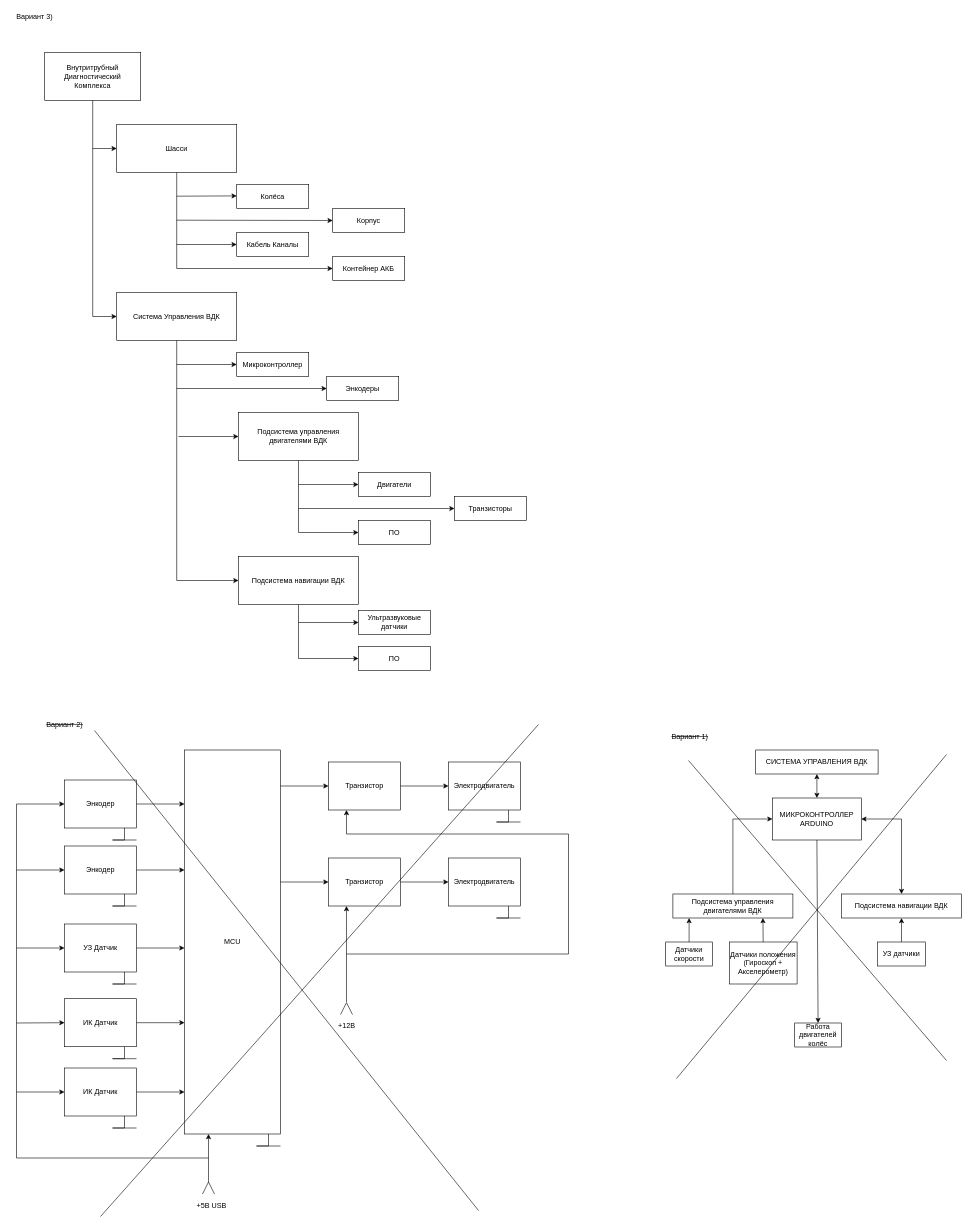
Earlier version of the draw.io diagram Наработки/Структурная Схема.drawio (AlexRussellGit/VKR---Russell-Alexander). Source tidied: cells renumbered, new cells numbered last; positions are measured from the earlier drawing's top-left corner, leaving out a move shared by most shapes. Both pictures are drawn from the tidied source at 60%, with x=0, y=0 at pixel (10, 10).
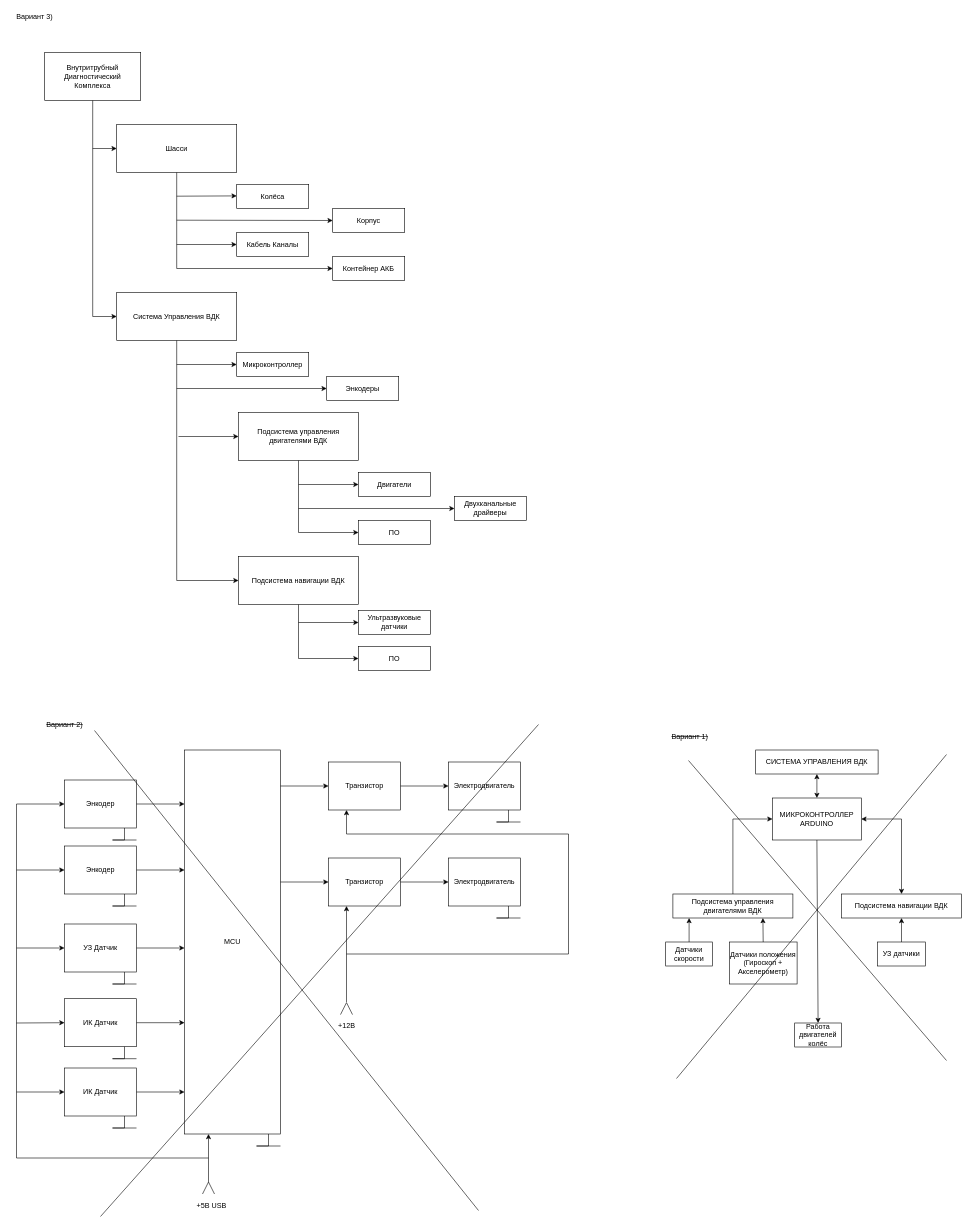
Above is the later version.

What changed in the source:
```diff
@@
-    <mxCell id="90" value="Транзисторы" style="rounded=0;whiteSpace=wrap;html=1;" parent="1" vertex="1">
+    <mxCell id="90" value="Двухканальные драйверы" style="rounded=0;whiteSpace=wrap;html=1;" parent="1" vertex="1">
       <mxGeometry x="740" y="810" width="120" height="40" as="geometry" />
     </mxCell>
```
